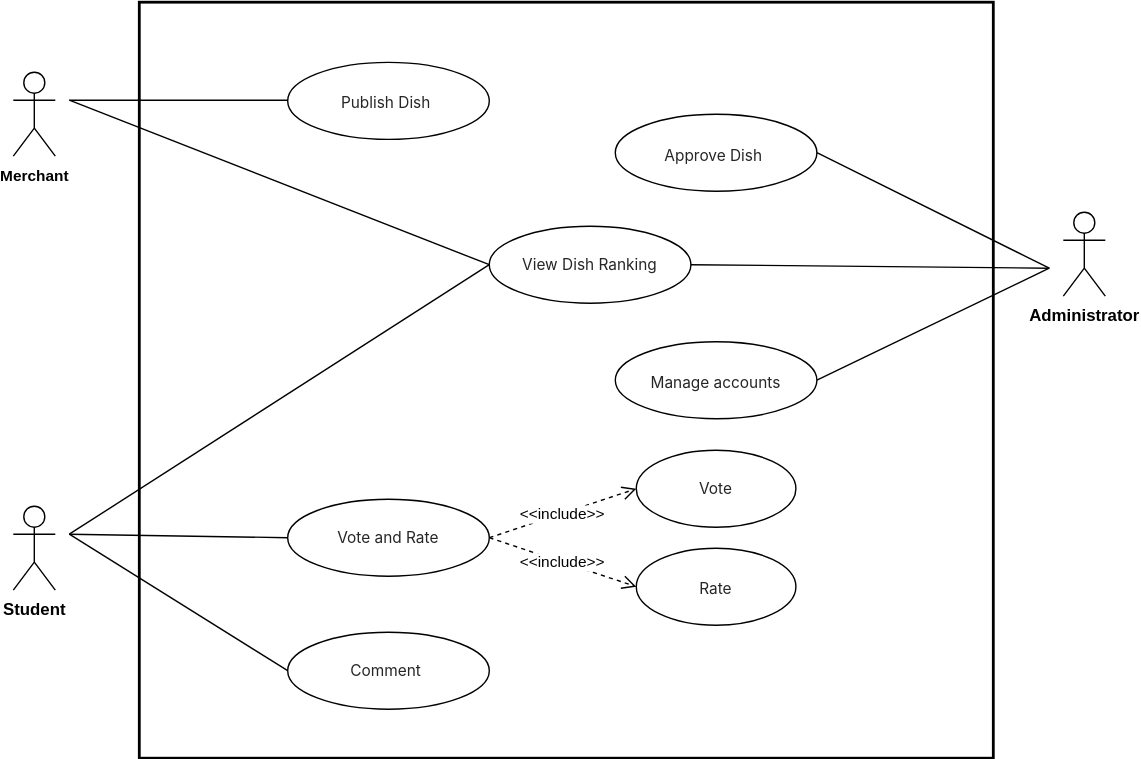
The draw.io diagram Assignment2/diagrams/2-UCD.svg in qianlinnian/se_sad_project, before a commit. Source tidied: cells renumbered, new cells last; positions are measured from the earlier drawing's top-left corner, leaving out a move shared by most shapes.
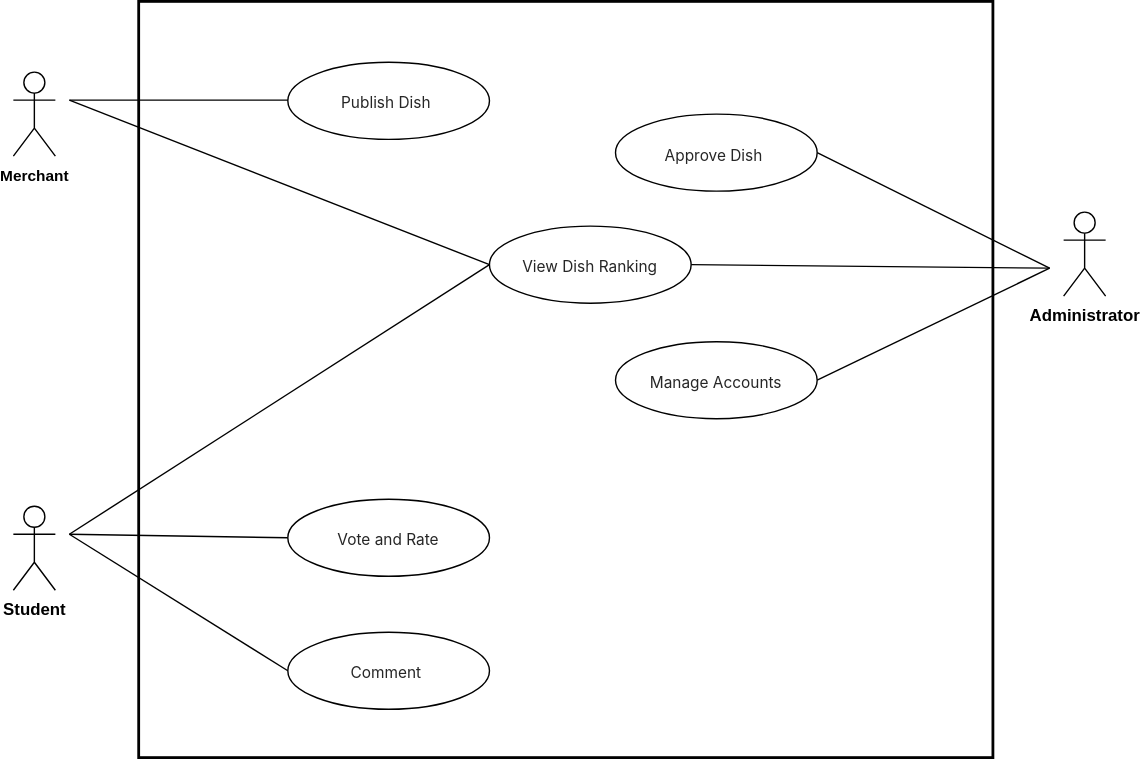
After the commit.

Change to the diagram source:
```diff
@@ -70,32 +70,8 @@
     <mxCell id="18" value="&lt;span style=&quot;font-size: 11px; box-sizing: border-box; --tw-border-spacing-x: 0; --tw-border-spacing-y: 0; --tw-translate-x: 0; --tw-translate-y: 0; --tw-rotate: 0; --tw-skew-x: 0; --tw-skew-y: 0; --tw-scale-x: 1; --tw-scale-y: 1; --tw-scroll-snap-strictness: proximity; --tw-ring-offset-width: 0px; --tw-ring-offset-color: #fff; --tw-ring-color: rgba(59,130,246,.5); --tw-ring-offset-shadow: 0 0 transparent; --tw-ring-shadow: 0 0 transparent; --tw-shadow: 0 0 transparent; --tw-shadow-colored: 0 0 transparent; color: rgb(38, 38, 38); font-family: -apple-system, &amp;quot;system-ui&amp;quot;, &amp;quot;Helvetica Neue&amp;quot;, Tahoma, &amp;quot;PingFang SC&amp;quot;, &amp;quot;Microsoft Yahei&amp;quot;, Arial, &amp;quot;Hiragino Sans GB&amp;quot;, sans-serif, &amp;quot;Apple Color Emoji&amp;quot;, &amp;quot;Segoe UI Emoji&amp;quot;, &amp;quot;Segoe UI Symbol&amp;quot;, &amp;quot;Noto Color Emoji&amp;quot;; text-align: left; background-color: rgb(255, 255, 255);&quot;&gt;Approve Dish&lt;/span&gt;&lt;span style=&quot;font-size: 11px; color: rgb(38, 38, 38); font-family: -apple-system, &amp;quot;system-ui&amp;quot;, &amp;quot;Helvetica Neue&amp;quot;, Tahoma, &amp;quot;PingFang SC&amp;quot;, &amp;quot;Microsoft Yahei&amp;quot;, Arial, &amp;quot;Hiragino Sans GB&amp;quot;, sans-serif, &amp;quot;Apple Color Emoji&amp;quot;, &amp;quot;Segoe UI Emoji&amp;quot;, &amp;quot;Segoe UI Symbol&amp;quot;, &amp;quot;Noto Color Emoji&amp;quot;; text-align: left; background-color: rgb(255, 255, 255);&quot;&gt;&amp;nbsp;&lt;/span&gt;" style="ellipse;whiteSpace=wrap;html=1;fontSize=16;" parent="1" vertex="1">
       <mxGeometry x="430" y="80" width="144" height="55" as="geometry" />
     </mxCell>
-    <mxCell id="19" value="&lt;div style=&quot;text-align: left;&quot;&gt;&lt;span style=&quot;background-color: transparent; font-size: 11px;&quot;&gt;&lt;font color=&quot;#262626&quot; face=&quot;-apple-system, system-ui, Helvetica Neue, Tahoma, PingFang SC, Microsoft Yahei, Arial, Hiragino Sans GB, sans-serif, Apple Color Emoji, Segoe UI Emoji, Segoe UI Symbol, Noto Color Emoji&quot;&gt;Manage accounts&lt;/font&gt;&lt;/span&gt;&lt;/div&gt;" style="ellipse;whiteSpace=wrap;html=1;fontSize=16;" parent="1" vertex="1">
+    <mxCell id="19" value="&lt;div style=&quot;text-align: left;&quot;&gt;&lt;span style=&quot;background-color: transparent; font-size: 11px;&quot;&gt;&lt;font color=&quot;#262626&quot; face=&quot;-apple-system, system-ui, Helvetica Neue, Tahoma, PingFang SC, Microsoft Yahei, Arial, Hiragino Sans GB, sans-serif, Apple Color Emoji, Segoe UI Emoji, Segoe UI Symbol, Noto Color Emoji&quot;&gt;Manage Accounts&lt;/font&gt;&lt;/span&gt;&lt;/div&gt;" style="ellipse;whiteSpace=wrap;html=1;fontSize=16;" parent="1" vertex="1">
       <mxGeometry x="430" y="242.5" width="144" height="55" as="geometry" />
     </mxCell>
-    <mxCell id="20" style="rounded=0;jettySize=auto;html=1;dashed=1;endArrow=open;endFill=0;strokeWidth=1;endSize=8;exitX=1;exitY=0.5;exitDx=0;exitDy=0;entryX=0;entryY=0.5;entryDx=0;entryDy=0;" parent="1" edge="1" source="16" target="23">
-      <mxGeometry relative="1" as="geometry" />
-    </mxCell>
-    <mxCell id="21" value="Text" style="edgeLabel;html=1;align=center;verticalAlign=middle;" parent="20" vertex="1">
-      <mxGeometry x="0.01" y="-1" relative="1" as="geometry" />
-    </mxCell>
-    <mxCell id="22" value="&amp;lt;&amp;lt;include&lt;span style=&quot;background-color: light-dark(#ffffff, var(--ge-dark-color, #121212)); color: light-dark(rgb(0, 0, 0), rgb(255, 255, 255));&quot;&gt;&amp;gt;&amp;gt;&lt;/span&gt;" style="edgeLabel;html=1;align=center;verticalAlign=middle;" parent="20" vertex="1">
-      <mxGeometry x="-0.01" relative="1" as="geometry" />
-    </mxCell>
-    <mxCell id="23" value="&lt;div style=&quot;line-height: 22px; white-space: pre; font-family: Consolas, &amp;quot;Courier New&amp;quot;, monospace;&quot;&gt;&lt;span style=&quot;color: rgb(38, 38, 38); font-family: -apple-system, &amp;quot;system-ui&amp;quot;, &amp;quot;Helvetica Neue&amp;quot;, Tahoma, &amp;quot;PingFang SC&amp;quot;, &amp;quot;Microsoft Yahei&amp;quot;, Arial, &amp;quot;Hiragino Sans GB&amp;quot;, sans-serif, &amp;quot;Apple Color Emoji&amp;quot;, &amp;quot;Segoe UI Emoji&amp;quot;, &amp;quot;Segoe UI Symbol&amp;quot;, &amp;quot;Noto Color Emoji&amp;quot;; font-size: 11px; text-align: left; white-space: normal; background-color: rgb(255, 255, 255);&quot;&gt;Vote&lt;/span&gt;&lt;/div&gt;" style="ellipse;whiteSpace=wrap;html=1;fontSize=16;" parent="1" vertex="1">
-      <mxGeometry x="445" y="320" width="114" height="55" as="geometry" />
-    </mxCell>
-    <mxCell id="24" value="&lt;span style=&quot;color: rgb(38, 38, 38); font-family: -apple-system, &amp;quot;system-ui&amp;quot;, &amp;quot;Helvetica Neue&amp;quot;, Tahoma, &amp;quot;PingFang SC&amp;quot;, &amp;quot;Microsoft Yahei&amp;quot;, Arial, &amp;quot;Hiragino Sans GB&amp;quot;, sans-serif, &amp;quot;Apple Color Emoji&amp;quot;, &amp;quot;Segoe UI Emoji&amp;quot;, &amp;quot;Segoe UI Symbol&amp;quot;, &amp;quot;Noto Color Emoji&amp;quot;; font-size: 11px; text-align: left; background-color: rgb(255, 255, 255);&quot;&gt;Rate&lt;/span&gt;" style="ellipse;whiteSpace=wrap;html=1;fontSize=16;" parent="1" vertex="1">
-      <mxGeometry x="445" y="390" width="114" height="55" as="geometry" />
-    </mxCell>
-    <mxCell id="25" style="rounded=0;jettySize=auto;html=1;dashed=1;endArrow=open;endFill=0;strokeWidth=1;endSize=8;entryX=0;entryY=0.5;entryDx=0;entryDy=0;exitX=1;exitY=0.5;exitDx=0;exitDy=0;" parent="1" edge="1" source="16" target="24">
-      <mxGeometry relative="1" as="geometry" />
-    </mxCell>
-    <mxCell id="26" value="Text" style="edgeLabel;html=1;align=center;verticalAlign=middle;" parent="25" vertex="1">
-      <mxGeometry x="0.01" y="-1" relative="1" as="geometry" />
-    </mxCell>
-    <mxCell id="27" value="&amp;lt;&amp;lt;include&lt;span style=&quot;background-color: light-dark(#ffffff, var(--ge-dark-color, #121212)); color: light-dark(rgb(0, 0, 0), rgb(255, 255, 255));&quot;&gt;&amp;gt;&amp;gt;&lt;/span&gt;" style="edgeLabel;html=1;align=center;verticalAlign=middle;" parent="25" vertex="1">
-      <mxGeometry x="-0.01" relative="1" as="geometry" />
-    </mxCell>
   </root>
 </mxGraphModel>
```
